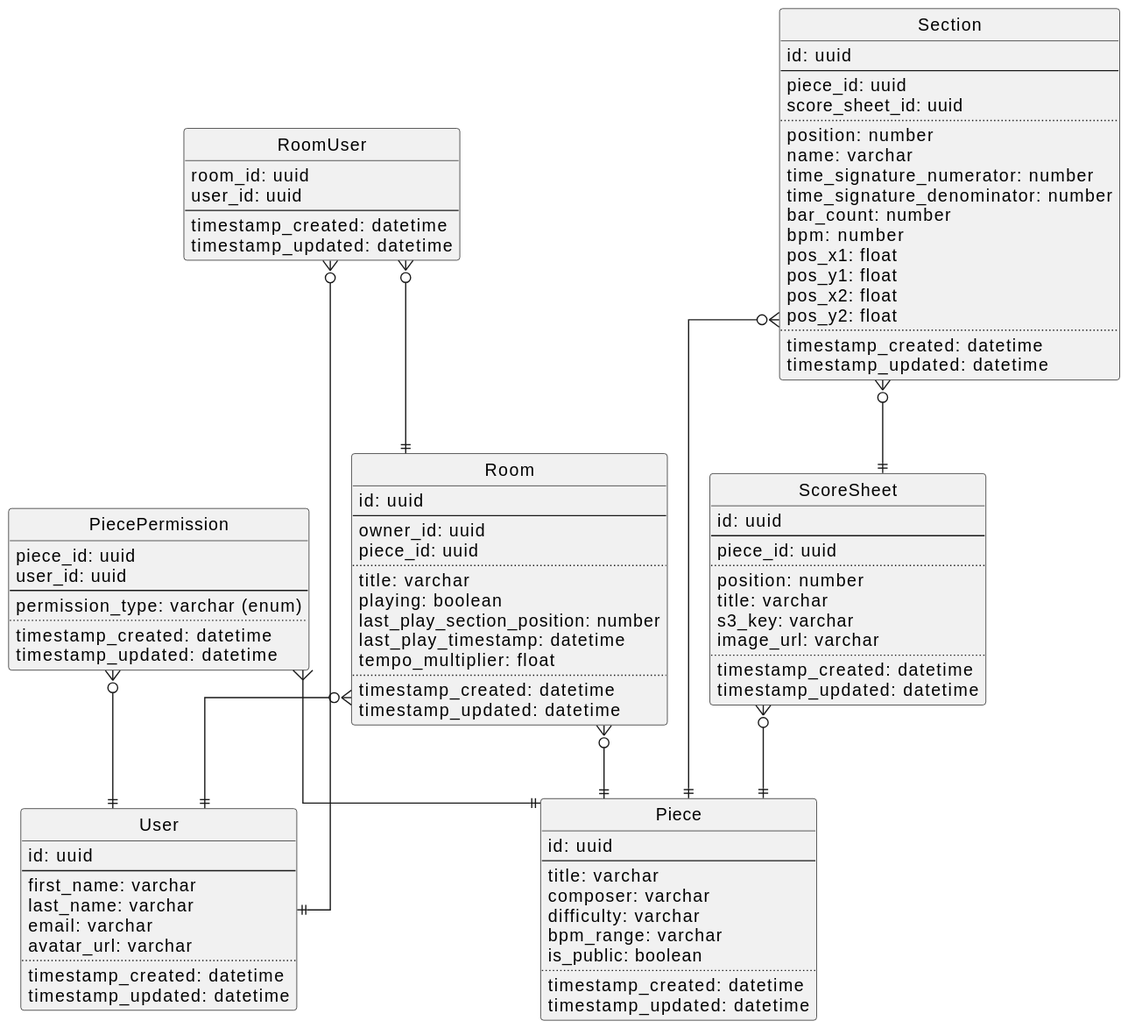
Before: docs/assets/diagrams/database-diagram.svg, a diagram exported from PlantUML (rafaelurben/sheetmusic-learner).
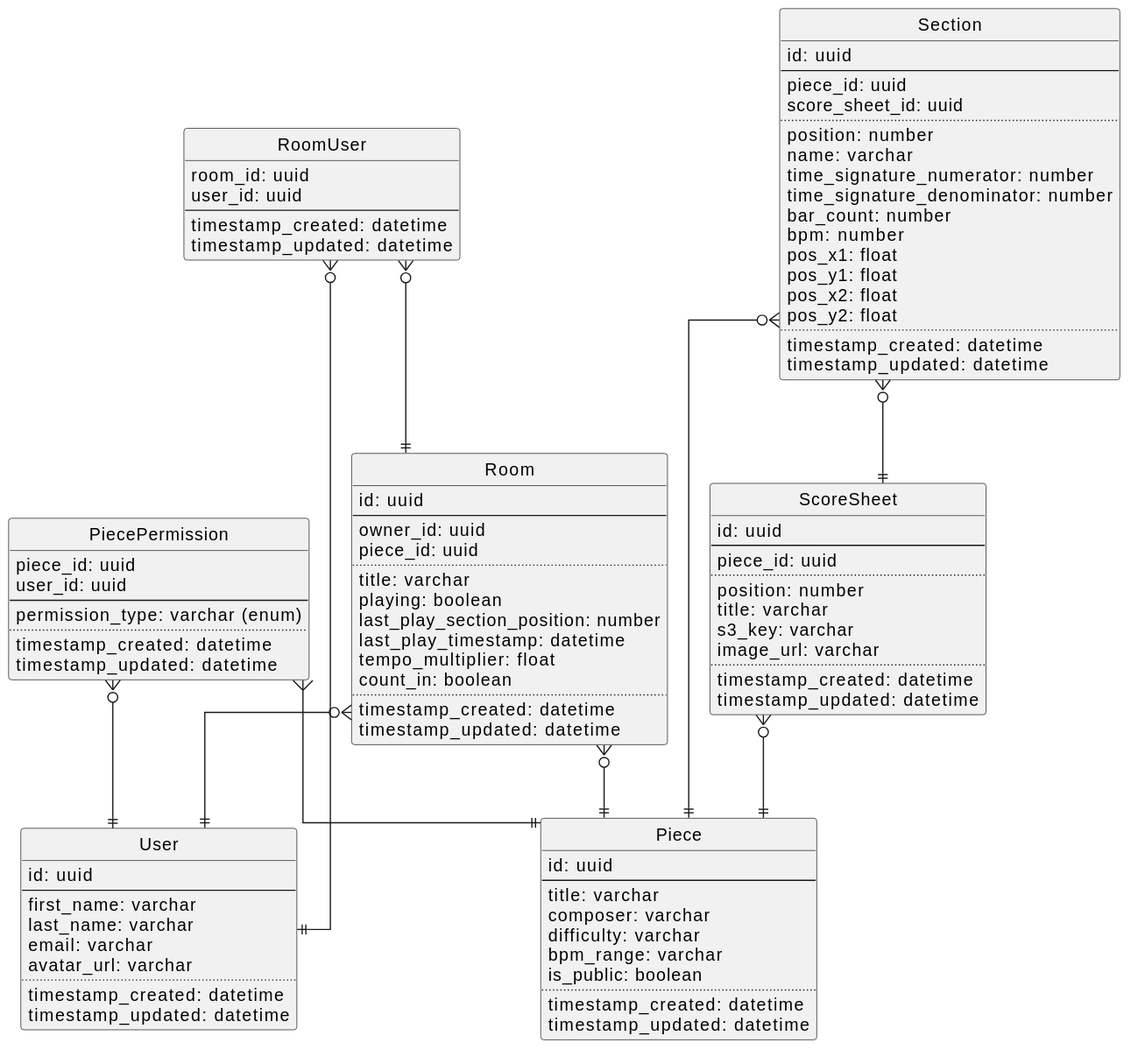
Later version of the same file.

What changed in the source:
```diff
@@ -84,6 +84,7 @@
   last_play_section_position: number
   last_play_timestamp: datetime
   tempo_multiplier: float
+  count_in: boolean
   ..
   timestamp_created: datetime
   timestamp_updated: datetime
```
